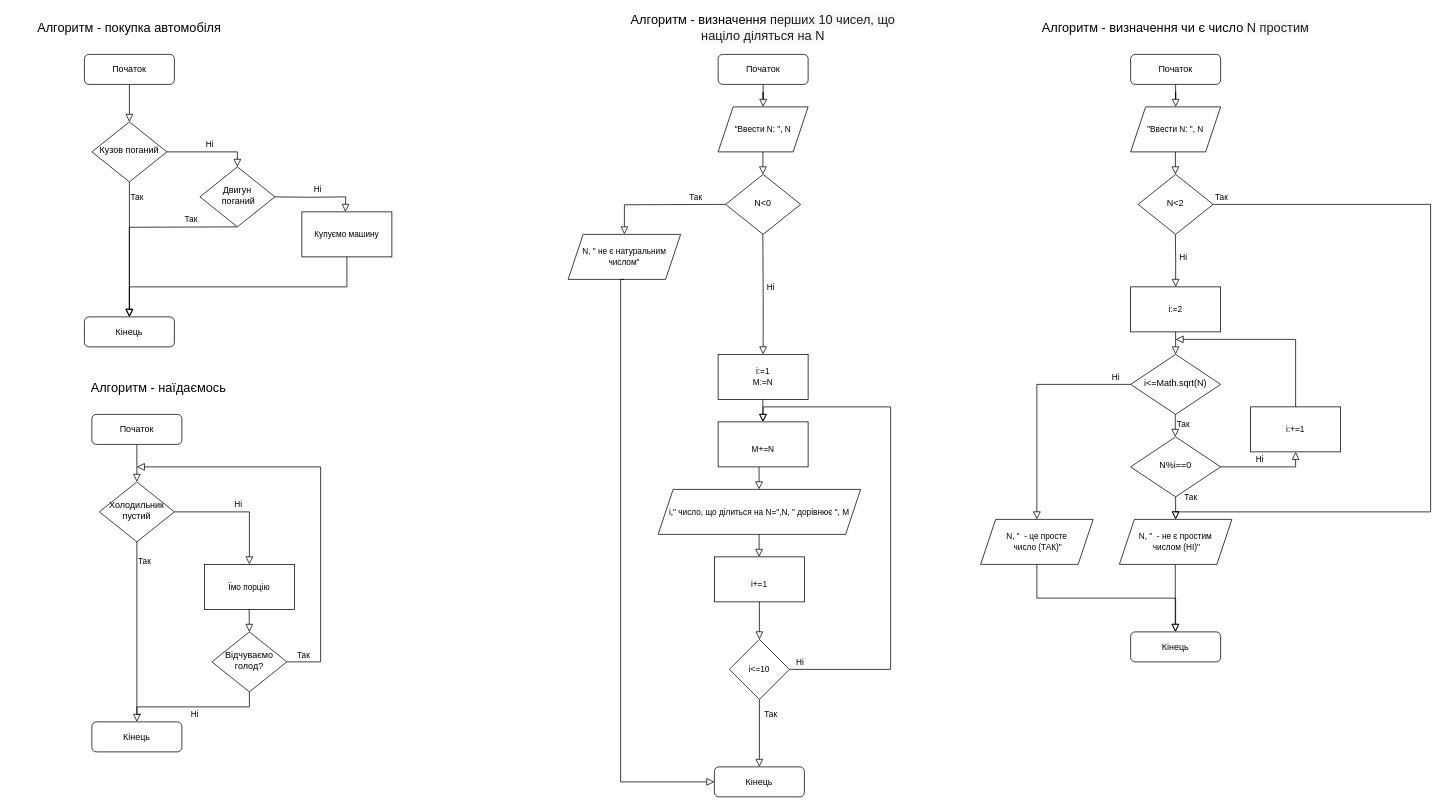
Before: GoCourseAlgorithm.drawio in snsvistunov/golang-course-algorithm, a draw.io diagram. Source tidied: cells renumbered, new cells numbered last; positions are measured from the earlier drawing's top-left corner, leaving out a move shared by most shapes. Both pictures are drawn from the tidied source at 75%, with x=0, y=0 at pixel (13, 16).
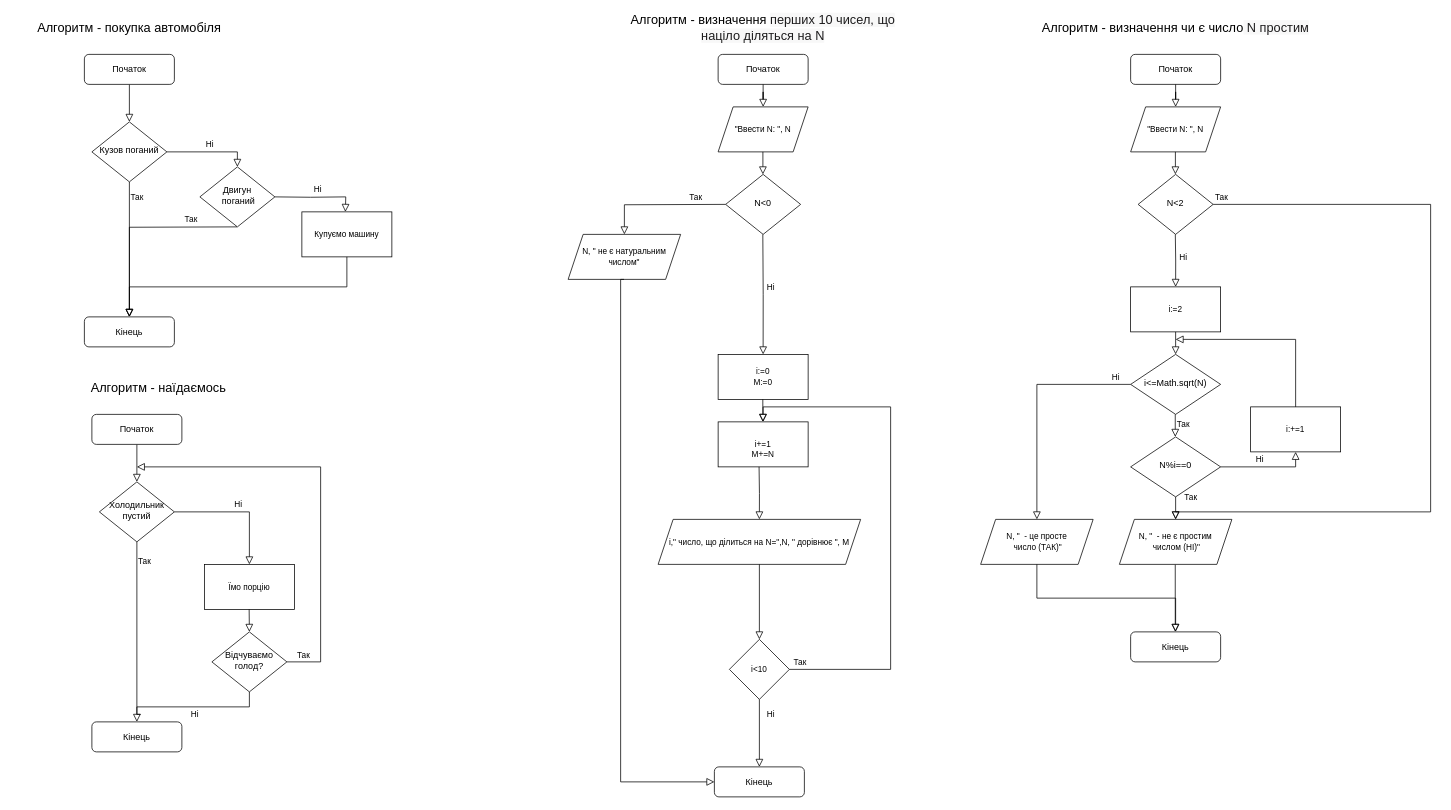
Above is the later version.

The edit, as a diff of the source:
```diff
@@
-    <mxCell id="33" value="i:=1&lt;br&gt;M:=N" style="rounded=0;whiteSpace=wrap;html=1;fontFamily=Helvetica;fontSize=11;" parent="1" vertex="1">
+    <mxCell id="33" value="i:=0&lt;br&gt;M:=0" style="rounded=0;whiteSpace=wrap;html=1;fontFamily=Helvetica;fontSize=11;" parent="1" vertex="1">
       <mxGeometry x="940" y="450" width="120" height="60" as="geometry" />
     </mxCell>
-    <mxCell id="34" value="i&amp;lt;=10" style="rhombus;whiteSpace=wrap;html=1;fontFamily=Helvetica;fontSize=11;" parent="1" vertex="1">
+    <mxCell id="34" value="i&amp;lt;10" style="rhombus;whiteSpace=wrap;html=1;fontFamily=Helvetica;fontSize=11;" parent="1" vertex="1">
       <mxGeometry x="955" y="830" width="80" height="80" as="geometry" />
     </mxCell>
-    <mxCell id="35" value="&lt;br&gt;M+=N" style="rounded=0;whiteSpace=wrap;html=1;fontFamily=Helvetica;fontSize=11;" parent="1" vertex="1">
+    <mxCell id="35" value="&lt;br&gt;i+=1&lt;br&gt;M+=N" style="rounded=0;whiteSpace=wrap;html=1;fontFamily=Helvetica;fontSize=11;" parent="1" vertex="1">
       <mxGeometry x="940" y="540" width="120" height="60" as="geometry" />
     </mxCell>
     <mxCell id="36" value="i,&quot; число, що ділиться на N=&quot;,N, &quot; дорівнює &quot;, M" style="shape=parallelogram;perimeter=parallelogramPerimeter;whiteSpace=wrap;html=1;fixedSize=1;fontFamily=Helvetica;fontSize=11;" parent="1" vertex="1">
-      <mxGeometry x="860" y="630" width="270" height="60" as="geometry" />
+      <mxGeometry x="860" y="670" width="270" height="60" as="geometry" />
     </mxCell>
-    <mxCell id="37" value="&lt;br&gt;i+=1" style="rounded=0;whiteSpace=wrap;html=1;fontFamily=Helvetica;fontSize=11;" parent="1" vertex="1">
-      <mxGeometry x="935" y="720" width="120" height="60" as="geometry" />
-    </mxCell>
-    <mxCell id="38" value="Так" style="edgeStyle=orthogonalEdgeStyle;rounded=0;html=1;jettySize=auto;fontSize=11;endArrow=block;endFill=0;endSize=8;strokeWidth=1;shadow=0;labelBackgroundColor=none;exitX=0.5;exitY=1;exitDx=0;exitDy=0;" parent="1" edge="1" source="34">
+    <mxCell id="38" value="Ні" style="edgeStyle=orthogonalEdgeStyle;rounded=0;html=1;jettySize=auto;fontSize=11;endArrow=block;endFill=0;endSize=8;strokeWidth=1;shadow=0;labelBackgroundColor=none;exitX=0.5;exitY=1;exitDx=0;exitDy=0;" parent="1" edge="1" source="34">
       <mxGeometry x="-0.56" y="15" relative="1" as="geometry">
         <mxPoint x="995" y="1000" as="targetPoint" />
         <Array as="points">
           <mxPoint x="995" y="1000" />
         </Array>
       </mxGeometry>
     </mxCell>
-    <mxCell id="39" value="Ні" style="edgeStyle=orthogonalEdgeStyle;rounded=0;html=1;jettySize=auto;fontSize=11;endArrow=block;endFill=0;endSize=8;strokeWidth=1;shadow=0;labelBackgroundColor=none;entryX=0.5;entryY=0;entryDx=0;entryDy=0;" parent="1" edge="1" target="35">
+    <mxCell id="39" value="Так" style="edgeStyle=orthogonalEdgeStyle;rounded=0;html=1;jettySize=auto;fontSize=11;endArrow=block;endFill=0;endSize=8;strokeWidth=1;shadow=0;labelBackgroundColor=none;entryX=0.5;entryY=0;entryDx=0;entryDy=0;" parent="1" edge="1" target="35">
       <mxGeometry x="-0.96" y="10" relative="1" as="geometry">
         <mxPoint x="1035" y="870" as="sourcePoint" />
         <Array as="points">
           <mxPoint x="1170" y="870" />
           <mxPoint x="1170" y="520" />
           <mxPoint x="1000" y="520" />
         </Array>
       </mxGeometry>
     </mxCell>
@@
-    <mxCell id="41" style="rounded=0;html=1;jettySize=auto;orthogonalLoop=1;fontSize=11;endArrow=block;endFill=0;endSize=8;strokeWidth=1;shadow=0;labelBackgroundColor=none;edgeStyle=orthogonalEdgeStyle;exitX=0.5;exitY=1;exitDx=0;exitDy=0;" parent="1" edge="1">
+    <mxCell id="41" style="rounded=0;html=1;jettySize=auto;fontSize=11;endArrow=block;endFill=0;endSize=8;strokeWidth=1;shadow=0;labelBackgroundColor=none;edgeStyle=orthogonalEdgeStyle;exitX=0.5;exitY=1;exitDx=0;exitDy=0;entryX=0.5;entryY=0;entryDx=0;entryDy=0;" parent="1" edge="1" target="36">
       <mxGeometry relative="1" as="geometry">
         <mxPoint x="994.6" y="600" as="sourcePoint" />
-        <mxPoint x="994.6" y="630" as="targetPoint" />
       </mxGeometry>
     </mxCell>
-    <mxCell id="42" style="rounded=0;html=1;jettySize=auto;orthogonalLoop=1;fontSize=11;endArrow=block;endFill=0;endSize=8;strokeWidth=1;shadow=0;labelBackgroundColor=none;edgeStyle=orthogonalEdgeStyle;exitX=0.5;exitY=1;exitDx=0;exitDy=0;" parent="1" edge="1">
-      <mxGeometry relative="1" as="geometry">
-        <mxPoint x="994.6" y="690" as="sourcePoint" />
-        <mxPoint x="994.6" y="720" as="targetPoint" />
-      </mxGeometry>
+    <mxCell id="42" style="rounded=0;html=1;jettySize=auto;fontSize=11;endArrow=block;endFill=0;endSize=8;strokeWidth=1;shadow=0;labelBackgroundColor=none;edgeStyle=orthogonalEdgeStyle;exitX=0.5;exitY=1;exitDx=0;exitDy=0;entryX=0.5;entryY=0;entryDx=0;entryDy=0;" parent="1" edge="1" source="36" target="34">
+      <mxGeometry relative="1" as="geometry" />
     </mxCell>
-    <mxCell id="43" style="rounded=0;html=1;jettySize=auto;fontSize=11;endArrow=block;endFill=0;endSize=8;strokeWidth=1;shadow=0;labelBackgroundColor=none;edgeStyle=orthogonalEdgeStyle;exitX=0.5;exitY=1;exitDx=0;exitDy=0;entryX=0.5;entryY=0;entryDx=0;entryDy=0;" parent="1" edge="1" source="37" target="34">
-      <mxGeometry relative="1" as="geometry" />
-    </mxCell>
```
